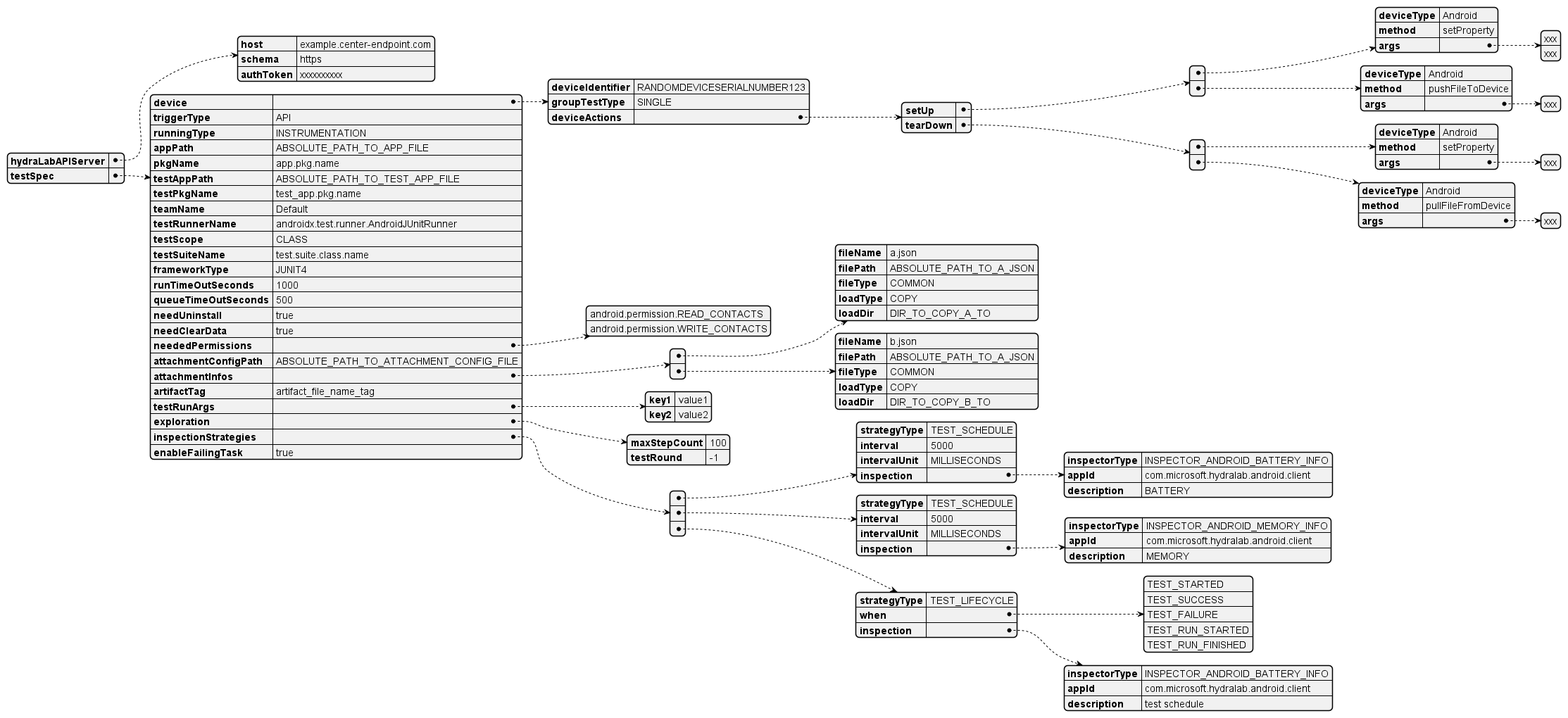
microsoft/HydraLab keeps this PlantUML diagram as docs/images/UML/gradle_plugin_yaml_config_design.png. Above is the earlier version.
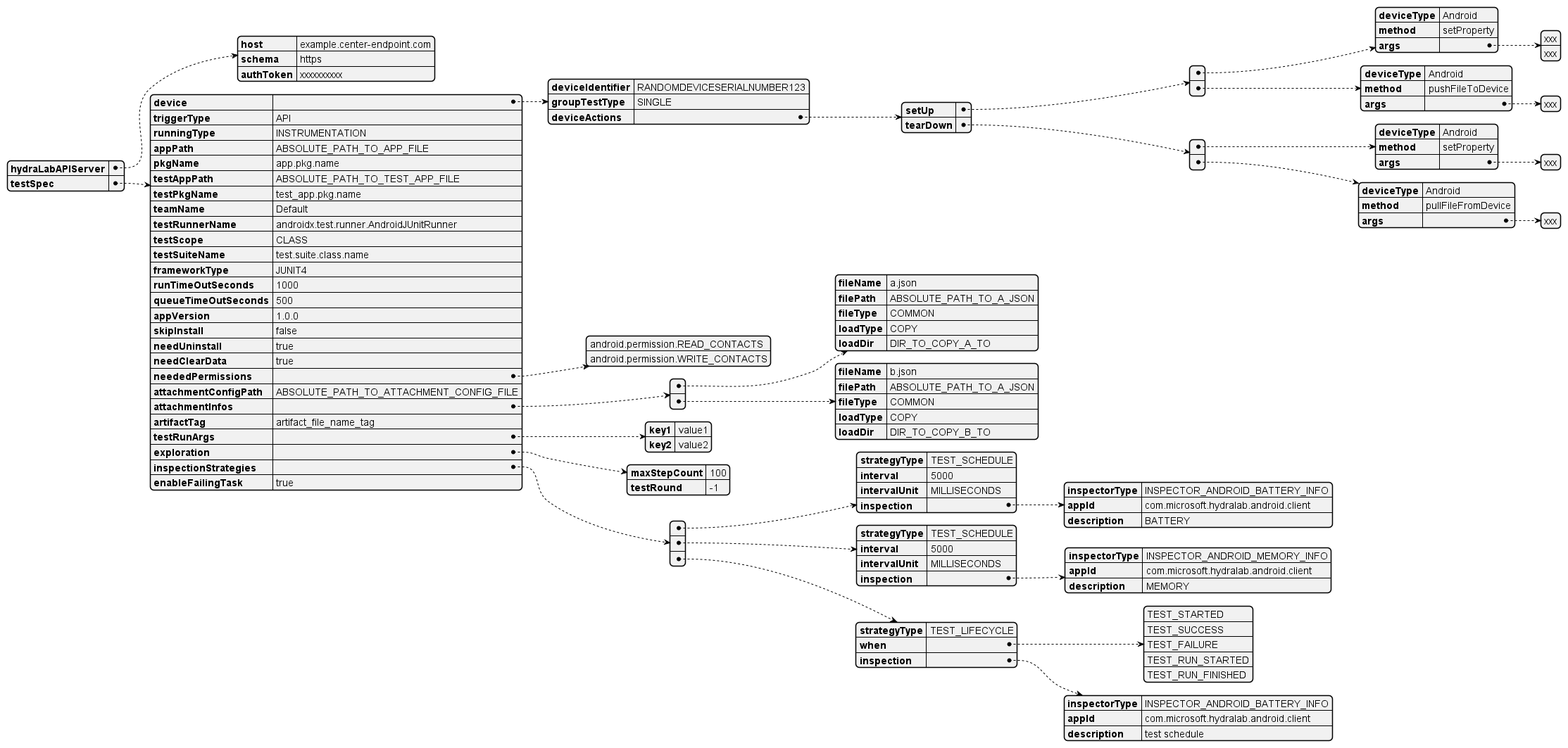
Later version of the same file.

Diff of the diagram source:
```diff
@@ -40,6 +40,8 @@
     frameworkType: JUNIT4
     runTimeOutSeconds: 1000
     queueTimeOutSeconds: 500
+    appVersion: 1.0.0
+    skipInstall: false
     needUninstall: true
     needClearData: true
     neededPermissions:
```
